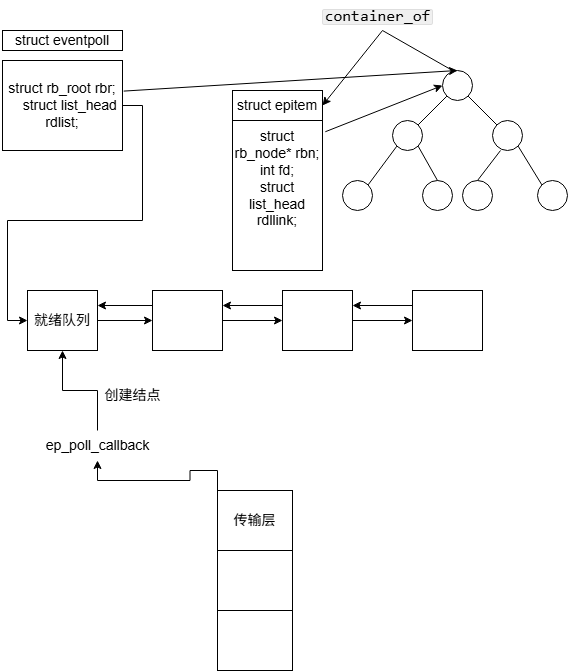
Jenjdi/NotePics keeps this draw.io diagram as epoll.drawio.png. Above is the earlier version. Source tidied: cells renumbered, new cells last; positions are measured from the earlier drawing's top-left corner, leaving out a move shared by most shapes.
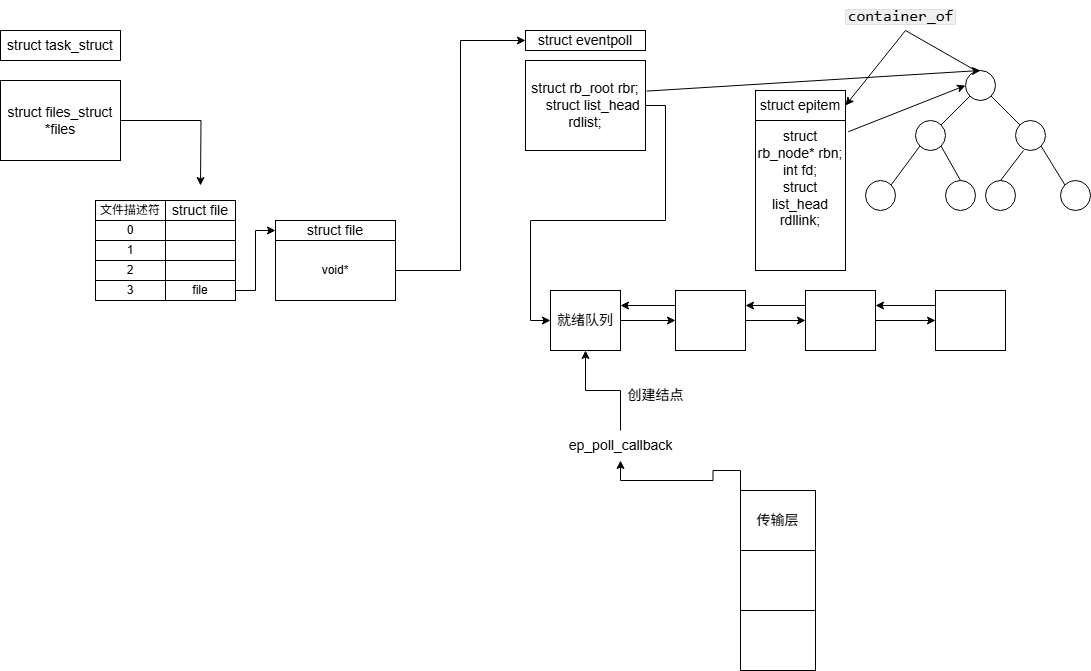
Later version of the same file.

What changed in the source:
```diff
@@ -126,5 +126,58 @@
     <mxCell id="40" value="&lt;div class=&quot;lake-content&quot;&gt;&lt;code style=&quot;font-family: SFMono-Regular, Consolas, Liberation Mono, Menlo, Courier, monospace; background-color: rgba(0, 0, 0, 0.06); border: 1px solid rgba(0, 0, 0, 0.08); border-radius: 2px; padding: 0px 2px&quot; class=&quot;ne-code&quot;&gt;&lt;span style=&quot;font-size: 16px&quot; class=&quot;ne-text&quot;&gt;container_of&lt;/span&gt;&lt;/code&gt;&lt;/div&gt;" style="text;html=1;align=center;verticalAlign=middle;strokeColor=none;fillColor=none;" parent="1" vertex="1">
       <mxGeometry x="310" width="130" height="30" as="geometry" />
     </mxCell>
+    <mxCell id="41" value="struct task_struct" style="rounded=0;whiteSpace=wrap;html=1;fontSize=14;" parent="1" vertex="1">
+      <mxGeometry x="-525" y="30" width="120" height="30" as="geometry" />
+    </mxCell>
+    <mxCell id="42" style="edgeStyle=orthogonalEdgeStyle;rounded=0;jettySize=auto;html=1;" parent="1" edge="1" source="43">
+      <mxGeometry relative="1" as="geometry">
+        <mxPoint x="-325" y="185" as="targetPoint" />
+      </mxGeometry>
+    </mxCell>
+    <mxCell id="43" value="&lt;div class=&quot;lake-content&quot;&gt;&lt;span class=&quot;ne-text&quot;&gt;struct files_struct *files&lt;/span&gt;&lt;/div&gt;" style="rounded=0;whiteSpace=wrap;html=1;fontSize=14;" parent="1" vertex="1">
+      <mxGeometry x="-525" y="80" width="120" height="80" as="geometry" />
+    </mxCell>
+    <mxCell id="44" value="struct file" style="rounded=0;whiteSpace=wrap;html=1;fontSize=14;" parent="1" vertex="1">
+      <mxGeometry x="-360" y="200" width="70" height="20" as="geometry" />
+    </mxCell>
+    <mxCell id="45" value="文件描述符" style="rounded=0;whiteSpace=wrap;html=1;" parent="1" vertex="1">
+      <mxGeometry x="-430" y="200" width="70" height="20" as="geometry" />
+    </mxCell>
+    <mxCell id="46" value="0" style="rounded=0;whiteSpace=wrap;html=1;" parent="1" vertex="1">
+      <mxGeometry x="-430" y="220" width="70" height="20" as="geometry" />
+    </mxCell>
+    <mxCell id="47" style="rounded=0;whiteSpace=wrap;html=1;" parent="1" vertex="1">
+      <mxGeometry x="-360" y="220" width="70" height="20" as="geometry" />
+    </mxCell>
+    <mxCell id="48" value="1" style="rounded=0;whiteSpace=wrap;html=1;" parent="1" vertex="1">
+      <mxGeometry x="-430" y="240" width="70" height="20" as="geometry" />
+    </mxCell>
+    <mxCell id="49" value="2" style="rounded=0;whiteSpace=wrap;html=1;" parent="1" vertex="1">
+      <mxGeometry x="-430" y="260" width="70" height="20" as="geometry" />
+    </mxCell>
+    <mxCell id="50" value="3" style="rounded=0;whiteSpace=wrap;html=1;" parent="1" vertex="1">
+      <mxGeometry x="-430" y="280" width="70" height="20" as="geometry" />
+    </mxCell>
+    <mxCell id="51" style="rounded=0;whiteSpace=wrap;html=1;" parent="1" vertex="1">
+      <mxGeometry x="-360" y="260" width="70" height="20" as="geometry" />
+    </mxCell>
+    <mxCell id="52" style="edgeStyle=orthogonalEdgeStyle;rounded=0;jettySize=auto;html=1;exitX=1;exitY=0.5;exitDx=0;exitDy=0;entryX=0;entryY=0.5;entryDx=0;entryDy=0;" parent="1" edge="1" source="53" target="55">
+      <mxGeometry relative="1" as="geometry" />
+    </mxCell>
+    <mxCell id="53" value="file" style="rounded=0;whiteSpace=wrap;html=1;" parent="1" vertex="1">
+      <mxGeometry x="-360" y="280" width="70" height="20" as="geometry" />
+    </mxCell>
+    <mxCell id="54" style="rounded=0;whiteSpace=wrap;html=1;" parent="1" vertex="1">
+      <mxGeometry x="-360" y="240" width="70" height="20" as="geometry" />
+    </mxCell>
+    <mxCell id="55" value="struct file" style="whiteSpace=wrap;html=1;rounded=0;fontSize=14;" parent="1" vertex="1">
+      <mxGeometry x="-250" y="220" width="120" height="20" as="geometry" />
+    </mxCell>
+    <mxCell id="56" style="edgeStyle=orthogonalEdgeStyle;rounded=0;jettySize=auto;html=1;exitX=1;exitY=0.5;exitDx=0;exitDy=0;entryX=0;entryY=0.5;entryDx=0;entryDy=0;" parent="1" edge="1" source="57" target="18">
+      <mxGeometry relative="1" as="geometry" />
+    </mxCell>
+    <mxCell id="57" value="void*" style="rounded=0;whiteSpace=wrap;html=1;" parent="1" vertex="1">
+      <mxGeometry x="-250" y="240" width="120" height="60" as="geometry" />
+    </mxCell>
   </root>
 </mxGraphModel>
```
